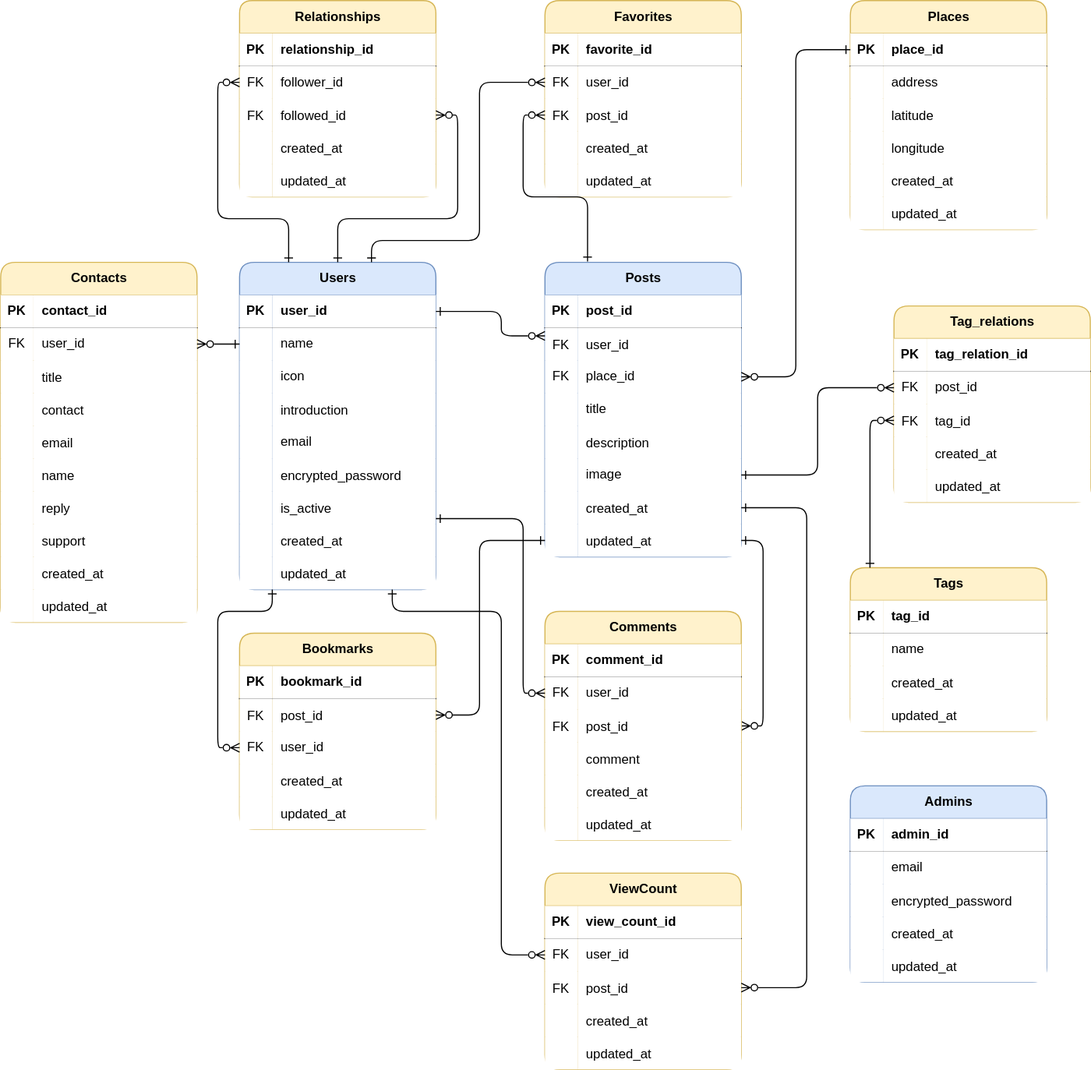
Before: ER.drawio.svg, a diagram exported from draw.io (takaTWC/discoverplaces). Source tidied: cells renumbered, new cells last; positions are measured from the earlier drawing's top-left corner, leaving out a move shared by most shapes.
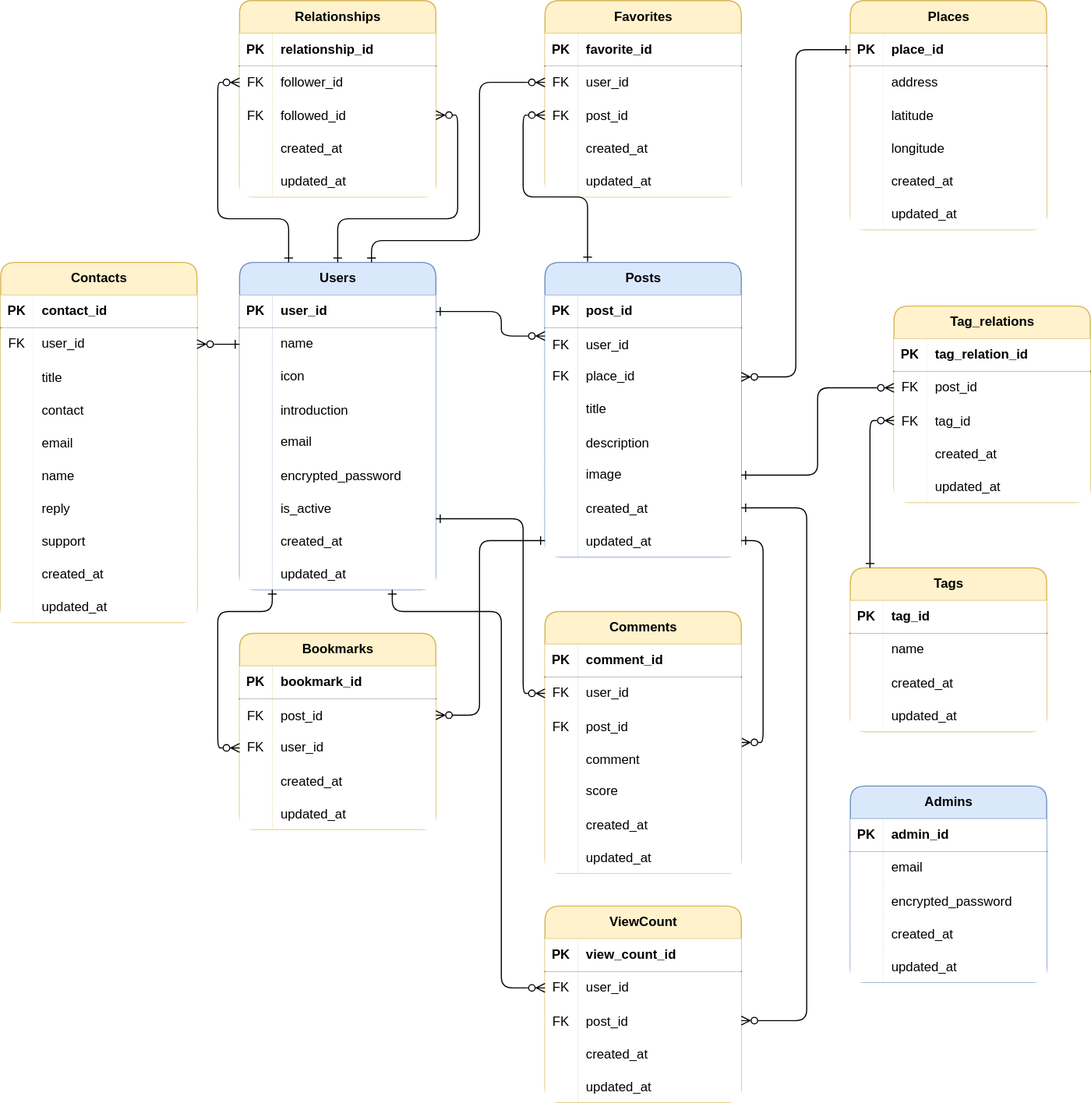
Later version of the same file.

What changed in the source:
```diff
@@ -405,7 +405,7 @@
       <mxGeometry relative="1" as="geometry" />
     </mxCell>
     <mxCell id="136" value="Comments" style="shape=table;startSize=30;rowLines=0;fontStyle=1;align=center;html=1;fillColor=#fff2cc;rounded=1;shadow=0;strokeColor=#d6b656;" parent="1" vertex="1">
-      <mxGeometry x="499" y="560" width="180" height="210" as="geometry" />
+      <mxGeometry x="499" y="560" width="180" height="240" as="geometry" />
     </mxCell>
     <mxCell id="137" style="shape=tableRow;horizontal=0;startSize=0;swimlaneHead=0;swimlaneBody=0;fillColor=none;top=0;left=0;right=0;bottom=1;" parent="136" vertex="1">
       <mxGeometry y="30" width="180" height="30" as="geometry" />
@@ -443,8 +443,17 @@
     <mxCell id="148" value="comment" style="shape=partialRectangle;fillColor=default;top=0;left=0;bottom=0;right=0;align=left;spacingLeft=6;overflow=hidden;" parent="146" vertex="1">
       <mxGeometry x="30" width="150" height="30" as="geometry" />
     </mxCell>
+    <mxCell id="248" style="shape=tableRow;horizontal=0;startSize=0;swimlaneHead=0;swimlaneBody=0;fillColor=none;top=0;left=0;right=0;bottom=0;" parent="136" vertex="1">
+      <mxGeometry y="150" width="180" height="30" as="geometry" />
+    </mxCell>
+    <mxCell id="249" style="shape=partialRectangle;fillColor=default;top=0;left=0;bottom=0;right=0;fontStyle=0;overflow=hidden;whiteSpace=wrap;html=1;" parent="248" vertex="1">
+      <mxGeometry width="30" height="30" as="geometry" />
+    </mxCell>
+    <mxCell id="250" value="score" style="shape=partialRectangle;fillColor=default;top=0;left=0;bottom=0;right=0;align=left;spacingLeft=6;fontStyle=0;overflow=hidden;whiteSpace=wrap;html=1;" parent="248" vertex="1">
+      <mxGeometry x="30" width="150" height="30" as="geometry" />
+    </mxCell>
     <mxCell id="149" style="shape=tableRow;horizontal=0;startSize=0;swimlaneHead=0;swimlaneBody=0;fillColor=none;top=0;left=0;right=0;bottom=0;" parent="136" vertex="1">
-      <mxGeometry y="150" width="180" height="30" as="geometry" />
+      <mxGeometry y="180" width="180" height="30" as="geometry" />
     </mxCell>
     <mxCell id="150" style="shape=partialRectangle;fillColor=default;top=0;left=0;bottom=0;right=0;overflow=hidden;" parent="149" vertex="1">
       <mxGeometry width="30" height="30" as="geometry" />
@@ -453,7 +462,7 @@
       <mxGeometry x="30" width="150" height="30" as="geometry" />
     </mxCell>
     <mxCell id="152" style="shape=tableRow;horizontal=0;startSize=0;swimlaneHead=0;swimlaneBody=0;fillColor=none;top=0;left=0;right=0;bottom=0;" parent="136" vertex="1">
-      <mxGeometry y="180" width="180" height="30" as="geometry" />
+      <mxGeometry y="210" width="180" height="30" as="geometry" />
     </mxCell>
     <mxCell id="153" style="shape=partialRectangle;fillColor=default;top=0;left=0;bottom=0;right=0;overflow=hidden;" parent="152" vertex="1">
       <mxGeometry width="30" height="30" as="geometry" />
@@ -631,7 +640,7 @@
       </mxGeometry>
     </mxCell>
     <mxCell id="198" value="ViewCount" style="shape=table;startSize=30;rowLines=0;fontStyle=1;align=center;html=1;fillColor=#fff2cc;rounded=1;shadow=0;strokeColor=#d6b656;" parent="1" vertex="1">
-      <mxGeometry x="499" y="800" width="180" height="180" as="geometry" />
+      <mxGeometry x="499" y="830" width="180" height="180" as="geometry" />
     </mxCell>
     <mxCell id="199" style="shape=tableRow;horizontal=0;startSize=0;swimlaneHead=0;swimlaneBody=0;fillColor=none;top=0;left=0;right=0;bottom=1;" parent="198" vertex="1">
       <mxGeometry y="30" width="180" height="30" as="geometry" />
@@ -682,7 +691,7 @@
       <mxGeometry relative="1" as="geometry">
         <mxPoint x="359" y="540" as="targetPoint" />
         <Array as="points">
-          <mxPoint x="459" y="875" />
+          <mxPoint x="459" y="905" />
           <mxPoint x="459" y="560" />
           <mxPoint x="359" y="560" />
         </Array>
@@ -691,7 +700,7 @@
     <mxCell id="215" style="edgeStyle=orthogonalEdgeStyle;rounded=1;jettySize=auto;html=1;exitX=1;exitY=0.5;exitDx=0;exitDy=0;entryX=1;entryY=0.5;entryDx=0;entryDy=0;endArrow=ERone;endFill=0;startArrow=ERzeroToMany;startFill=0;" parent="1" edge="1" source="205" target="49">
       <mxGeometry relative="1" as="geometry">
         <Array as="points">
-          <mxPoint x="739" y="905" />
+          <mxPoint x="739" y="935" />
           <mxPoint x="739" y="465" />
         </Array>
       </mxGeometry>
```
